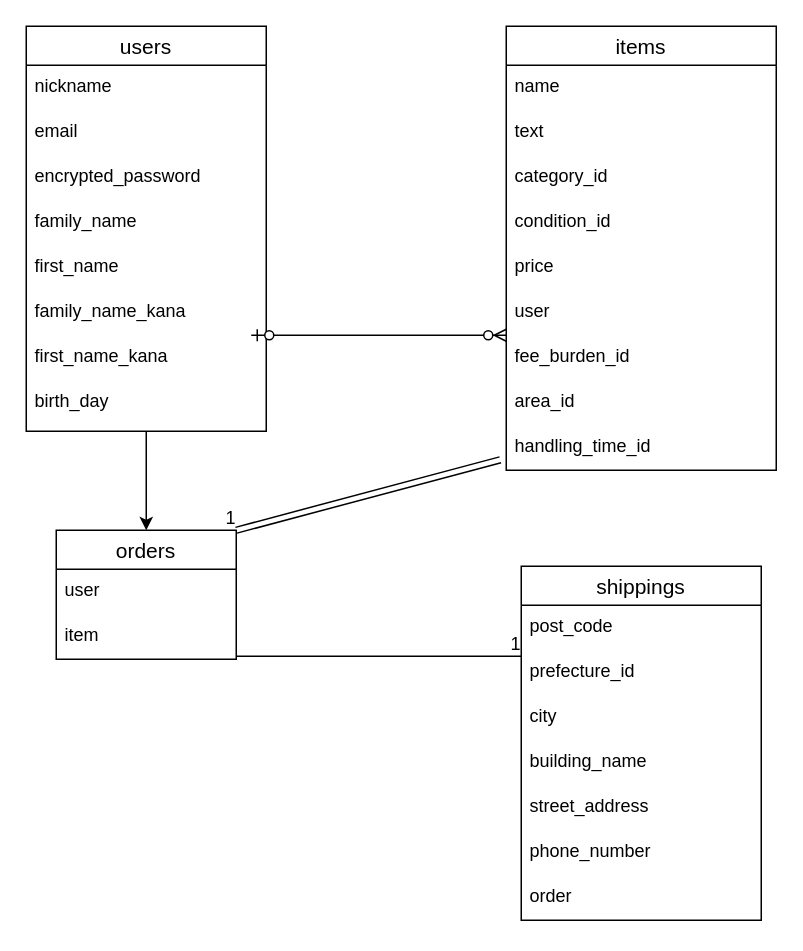
Earlier version of the draw.io diagram furima.dio (aryu-shan/furima-39943). Source tidied: cells renumbered, new cells numbered last; positions are measured from the earlier drawing's top-left corner, leaving out a move shared by most shapes. Both pictures are drawn from the tidied source at 150%, with x=0, y=0 at pixel (26, 26).
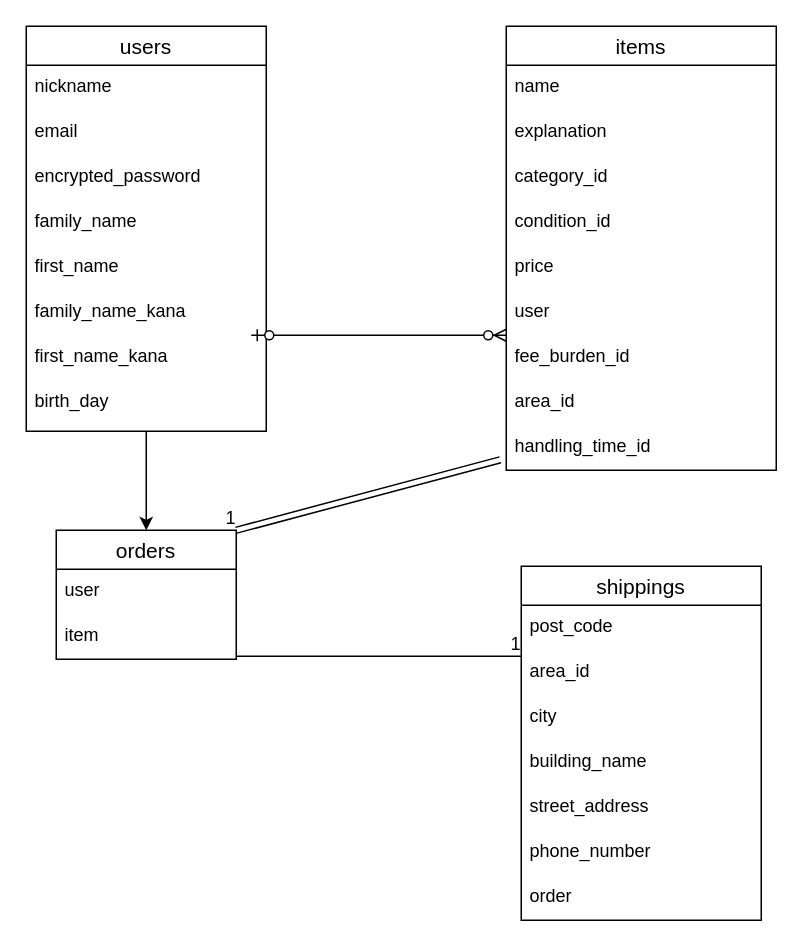
The same diagram, later.

Commit message (it also covers changes not shown here):
データベース設計（4回目修正）

Unchanged cells that the change refers to:
```xml
<mxCell id="12" value="items" style="swimlane;fontStyle=0;horizontal=1;startSize=26;align=center;fontSize=14;" parent="1" vertex="1">
  <mxGeometry x="320" width="180" height="296" as="geometry" />
</mxCell>
<mxCell id="22" value="shippings" style="swimlane;fontStyle=0;horizontal=1;startSize=26;align=center;fontSize=14;" parent="1" vertex="1">
  <mxGeometry x="330" y="360" width="160" height="236" as="geometry" />
</mxCell>
```

Change to the diagram source:
```diff
@@
-    <mxCell id="14" value="text" style="text;strokeColor=none;fillColor=none;spacingLeft=4;spacingRight=4;overflow=hidden;fontSize=12;" parent="12" vertex="1">
+    <mxCell id="14" value="explanation" style="text;strokeColor=none;fillColor=none;spacingLeft=4;spacingRight=4;overflow=hidden;fontSize=12;" parent="12" vertex="1">
       <mxGeometry y="56" width="180" height="30" as="geometry" />
     </mxCell>
@@
-    <mxCell id="24" value="prefecture_id" style="text;strokeColor=none;fillColor=none;spacingLeft=4;spacingRight=4;overflow=hidden;fontSize=12;" parent="22" vertex="1">
+    <mxCell id="24" value="area_id" style="text;strokeColor=none;fillColor=none;spacingLeft=4;spacingRight=4;overflow=hidden;fontSize=12;" parent="22" vertex="1">
       <mxGeometry y="56" width="160" height="30" as="geometry" />
     </mxCell>
```
